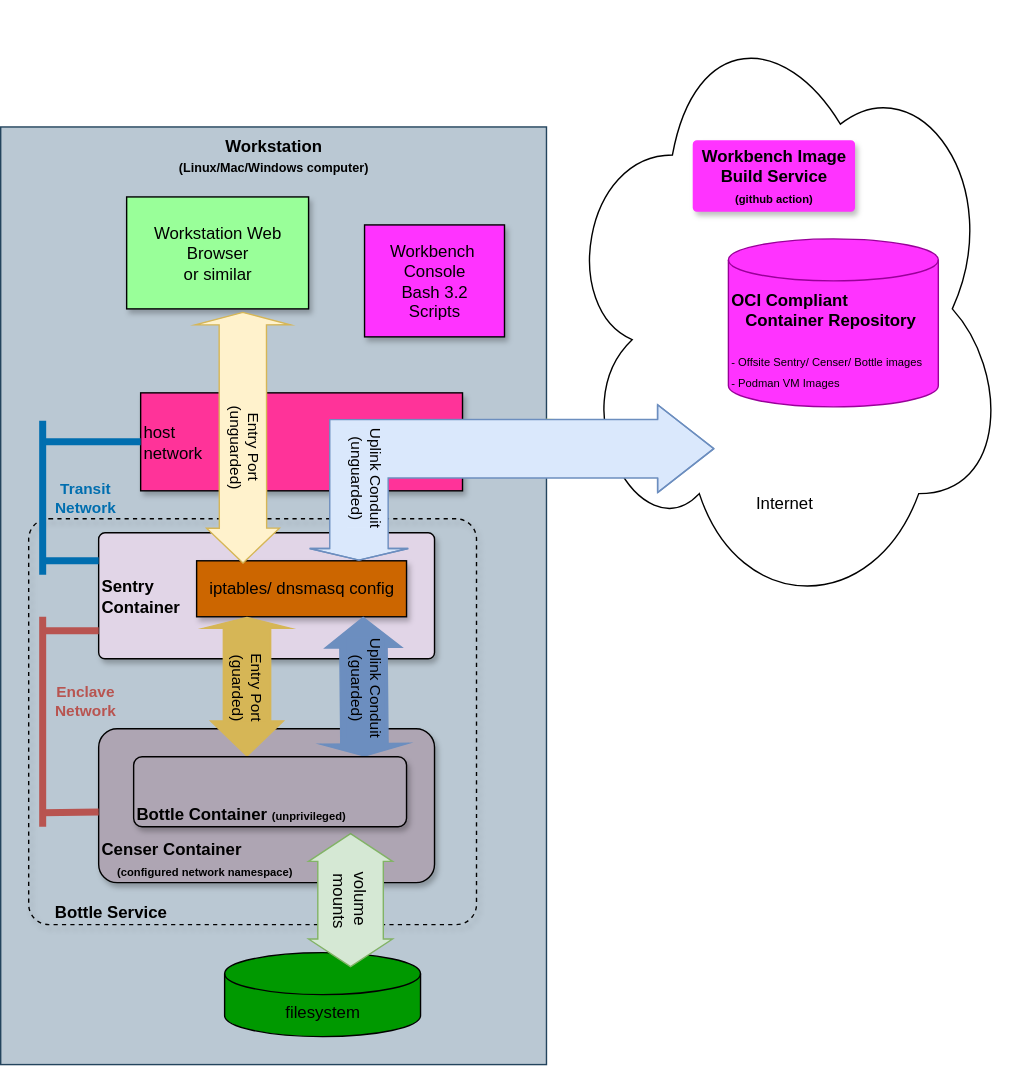
This is rbm-abstract-drawio.svg from scaleinv/recipebottle, a draw.io export, as it was before one commit. Source tidied: cells renumbered, new cells last; positions are measured from the earlier drawing's top-left corner, leaving out a move shared by most shapes.
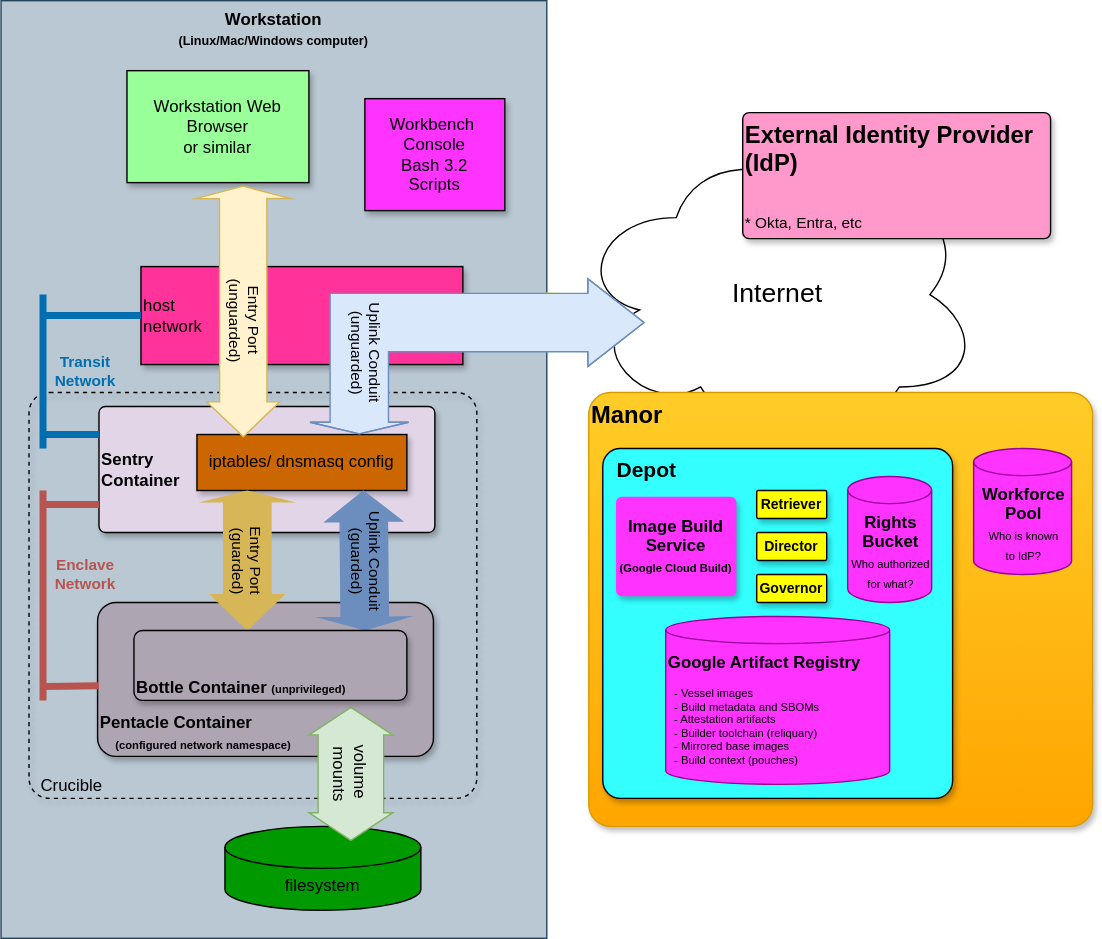
After the change.

What changed in the source:
```diff
@@ -5,14 +5,14 @@
     <mxCell id="2" value="Workstation&lt;div&gt;&lt;font style=&quot;font-size: 9px;&quot;&gt;(Linux/Mac/Windows computer)&lt;/font&gt;&lt;/div&gt;" style="whiteSpace=wrap;html=1;rounded=0;glass=0;shadow=0;arcSize=5;verticalAlign=top;fillColor=#bac8d3;strokeColor=#23445d;fontStyle=1;fontColor=#000000;" parent="1" vertex="1">
       <mxGeometry y="90" width="390" height="670" as="geometry" />
     </mxCell>
-    <mxCell id="3" value="&lt;b&gt;&amp;nbsp; &amp;nbsp; &amp;nbsp;Bottle Service&lt;/b&gt;" style="whiteSpace=wrap;html=1;rounded=1;glass=0;shadow=1;arcSize=5;fillColor=none;dashed=1;align=left;verticalAlign=bottom;fontColor=#000000;strokeColor=#000000;" parent="1" vertex="1">
+    <mxCell id="3" value="&amp;nbsp;&lt;div&gt;&amp;nbsp; Crucible&lt;/div&gt;" style="whiteSpace=wrap;html=1;rounded=1;glass=0;shadow=1;arcSize=5;fillColor=none;dashed=1;align=left;verticalAlign=bottom;fontColor=#000000;strokeColor=#000000;" parent="1" vertex="1">
       <mxGeometry x="20" y="370" width="320" height="290" as="geometry" />
     </mxCell>
     <mxCell id="4" value="Sentry&lt;div&gt;Container&lt;/div&gt;" style="whiteSpace=wrap;html=1;rounded=1;glass=0;shadow=1;arcSize=5;verticalAlign=middle;align=left;fillColor=#e1d5e7;strokeColor=#000000;fontStyle=1;fontColor=#000000;" parent="1" vertex="1">
       <mxGeometry x="70" y="380" width="240" height="90" as="geometry" />
     </mxCell>
-    <mxCell id="5" value="&lt;font style=&quot;color: rgb(0, 0, 0);&quot;&gt;Censer Container&lt;/font&gt;&lt;div&gt;&lt;font style=&quot;font-size: 8px;&quot; color=&quot;#000000&quot;&gt;&amp;nbsp; &amp;nbsp; &amp;nbsp;(configured network namespace)&lt;/font&gt;&lt;/div&gt;" style="whiteSpace=wrap;html=1;rounded=1;glass=0;shadow=1;arcSize=12;align=left;verticalAlign=bottom;fillColor=light-dark(#AEA5B3, #e1d5e7);strokeColor=#000000;fontStyle=1;fontColor=#000000;" parent="1" vertex="1">
-      <mxGeometry x="70" y="520" width="240" height="110" as="geometry" />
+    <mxCell id="5" value="&lt;font style=&quot;color: rgb(0, 0, 0);&quot;&gt;Pentacle Container&lt;/font&gt;&lt;div&gt;&lt;font style=&quot;font-size: 8px;&quot; color=&quot;#000000&quot;&gt;&amp;nbsp; &amp;nbsp; &amp;nbsp;(configured network namespace)&lt;/font&gt;&lt;/div&gt;" style="whiteSpace=wrap;html=1;rounded=1;glass=0;shadow=1;arcSize=12;align=left;verticalAlign=bottom;fillColor=light-dark(#AEA5B3, #e1d5e7);strokeColor=#000000;fontStyle=1;fontColor=#000000;" parent="1" vertex="1">
+      <mxGeometry x="69" y="520" width="240" height="110" as="geometry" />
     </mxCell>
     <mxCell id="6" value="Enclave&lt;div&gt;Network&lt;/div&gt;" style="edgeStyle=none;orthogonalLoop=1;jettySize=auto;html=1;rounded=0;endArrow=none;endFill=0;fillColor=#f8cecc;strokeColor=#b85450;strokeWidth=5;fontColor=#B85450;fontStyle=1;labelBackgroundColor=none;" parent="1" edge="1">
       <mxGeometry x="0.2" y="-30" relative="1" as="geometry">
@@ -92,25 +92,53 @@
     <mxCell id="21" value="Bottle Container&amp;nbsp;&lt;span style=&quot;font-size: 8px; background-color: transparent;&quot;&gt;(unprivileged)&lt;/span&gt;" style="whiteSpace=wrap;html=1;rounded=1;glass=0;shadow=1;arcSize=12;align=left;verticalAlign=bottom;fillColor=#AEA5B3;strokeColor=#000000;fontStyle=1;fontColor=#000000;" parent="1" vertex="1">
       <mxGeometry x="95" y="540" width="195" height="50" as="geometry" />
     </mxCell>
-    <mxCell id="22" value="&lt;div&gt;&lt;span style=&quot;background-color: transparent; color: light-dark(rgb(0, 0, 0), rgb(255, 255, 255));&quot;&gt;Internet&lt;/span&gt;&lt;/div&gt;&lt;div&gt;&lt;span style=&quot;background-color: transparent; color: light-dark(rgb(0, 0, 0), rgb(255, 255, 255));&quot;&gt;&lt;br&gt;&lt;/span&gt;&lt;/div&gt;&lt;div&gt;&lt;span style=&quot;background-color: transparent; color: light-dark(rgb(0, 0, 0), rgb(255, 255, 255));&quot;&gt;&lt;br&gt;&lt;/span&gt;&lt;/div&gt;&lt;div&gt;&lt;span style=&quot;background-color: transparent; color: light-dark(rgb(0, 0, 0), rgb(255, 255, 255));&quot;&gt;&lt;br&gt;&lt;/span&gt;&lt;/div&gt;&lt;div&gt;&lt;span style=&quot;background-color: transparent; color: light-dark(rgb(0, 0, 0), rgb(255, 255, 255));&quot;&gt;&lt;br&gt;&lt;/span&gt;&lt;/div&gt;&lt;div&gt;&lt;span style=&quot;background-color: transparent; color: light-dark(rgb(0, 0, 0), rgb(255, 255, 255));&quot;&gt;&lt;br&gt;&lt;/span&gt;&lt;/div&gt;" style="ellipse;shape=cloud;whiteSpace=wrap;html=1;verticalAlign=bottom;" parent="1" vertex="1">
-      <mxGeometry x="400" width="320" height="440" as="geometry" />
+    <mxCell id="22" value="&lt;div&gt;&lt;span style=&quot;background-color: transparent; color: light-dark(rgb(0, 0, 0), rgb(255, 255, 255));&quot;&gt;Internet&lt;/span&gt;&lt;/div&gt;" style="ellipse;shape=cloud;whiteSpace=wrap;html=1;verticalAlign=middle;fontSize=19;" parent="1" vertex="1">
+      <mxGeometry x="410" y="190" width="290" height="220" as="geometry" />
     </mxCell>
-    <mxCell id="23" value="Uplink Conduit&lt;div&gt;(unguarded)&lt;/div&gt;" style="shape=flexArrow;endArrow=classic;startArrow=classic;html=1;rounded=0;width=41.714285714285715;endSize=2.4238095238095236;startSize=13.060606060606062;endWidth=27.755102040816325;textDirection=vertical-rl;fillColor=#dae8fc;strokeColor=#6c8ebf;labelBackgroundColor=#DAE8FC;exitX=0.344;exitY=0.727;exitDx=0;exitDy=0;exitPerimeter=0;fontColor=#000000;" parent="1" edge="1" source="22">
+    <mxCell id="23" value="Uplink Conduit&lt;div&gt;(unguarded)&lt;/div&gt;" style="shape=flexArrow;endArrow=classic;startArrow=classic;html=1;rounded=0;width=41.714285714285715;endSize=2.4238095238095236;startSize=13.060606060606062;endWidth=27.755102040816325;textDirection=vertical-rl;fillColor=#dae8fc;strokeColor=#6c8ebf;labelBackgroundColor=#DAE8FC;fontColor=#000000;" parent="1" edge="1">
       <mxGeometry x="0.94" y="4" relative="1" as="geometry">
+        <mxPoint x="460" y="320" as="sourcePoint" />
         <mxPoint x="256" y="400" as="targetPoint" />
         <Array as="points">
           <mxPoint x="256" y="320" />
         </Array>
       </mxGeometry>
     </mxCell>
+    <mxCell id="25" value="Workbench&amp;nbsp;&lt;div&gt;Console&lt;/div&gt;&lt;div&gt;Bash 3.2&lt;/div&gt;&lt;div&gt;Scripts&lt;/div&gt;" style="whiteSpace=wrap;html=1;rounded=0;glass=0;shadow=1;arcSize=5;fillColor=#FF33FF;strokeColor=#000000;fontColor=#000000;" parent="1" vertex="1">
+      <mxGeometry x="260" y="160" width="100" height="80" as="geometry" />
+    </mxCell>
+    <mxCell id="27" value="Manor" style="whiteSpace=wrap;html=1;rounded=1;glass=0;shadow=1;arcSize=5;verticalAlign=top;align=left;fillColor=#ffcd28;strokeColor=#d79b00;fontStyle=1;gradientColor=#ffa500;fontColor=#000000;fontSize=17;" parent="1" vertex="1">
+      <mxGeometry x="420" y="370" width="360" height="310" as="geometry" />
+    </mxCell>
+    <mxCell id="28" value="&lt;div&gt;&lt;span style=&quot;background-color: transparent;&quot;&gt;&amp;nbsp; Depot&lt;/span&gt;&lt;/div&gt;" style="whiteSpace=wrap;html=1;rounded=1;glass=0;shadow=1;arcSize=5;verticalAlign=top;align=left;fontStyle=1;fillColor=#33FFFF;fontColor=#000000;fontSize=15;" parent="1" vertex="1">
+      <mxGeometry x="430" y="410" width="250" height="250" as="geometry" />
+    </mxCell>
-    <mxCell id="24" value="&lt;b&gt;OCI Compliant&amp;nbsp;&lt;/b&gt;&lt;div&gt;&lt;b&gt;&amp;nbsp; &amp;nbsp;Container Repository&lt;br&gt;&lt;/b&gt;&lt;br&gt;&lt;font style=&quot;font-size: 8px;&quot;&gt;- Offsite Sentry/ Censer/ Bottle images&lt;/font&gt;&lt;div&gt;&lt;font style=&quot;font-size: 8px;&quot;&gt;- Podman VM Images&lt;/font&gt;&lt;/div&gt;&lt;/div&gt;" style="shape=cylinder3;whiteSpace=wrap;html=1;boundedLbl=1;backgroundOutline=1;size=15;fillColor=light-dark(#FF33FF, #e1d5e7);fontColor=#000000;strokeColor=#990099;verticalAlign=top;align=left;" parent="1" vertex="1">
-      <mxGeometry x="520" y="170" width="150" height="120" as="geometry" />
+    <mxCell id="24" value="&lt;font style=&quot;color: rgb(0, 0, 0);&quot;&gt;&lt;b&gt;Google Artifact&amp;nbsp;&lt;/b&gt;&lt;b style=&quot;background-color: transparent;&quot;&gt;Registry&lt;/b&gt;&lt;/font&gt;&lt;div style=&quot;line-height: 80%;&quot;&gt;&lt;br&gt;&lt;div&gt;&lt;span style=&quot;font-size: 8px; line-height: 80%;&quot;&gt;&amp;nbsp; - Vessel images&lt;/span&gt;&lt;/div&gt;&lt;div&gt;&lt;span style=&quot;font-size: 8px; line-height: 80%;&quot;&gt;&amp;nbsp; - Build metadata and SBOMs&lt;/span&gt;&lt;/div&gt;&lt;div&gt;&lt;span style=&quot;font-size: 8px; line-height: 80%;&quot;&gt;&amp;nbsp; - Attestation artifacts&lt;/span&gt;&lt;/div&gt;&lt;div&gt;&lt;span style=&quot;font-size: 8px; line-height: 80%;&quot;&gt;&amp;nbsp; - Builder toolchain (reliquary)&lt;/span&gt;&lt;/div&gt;&lt;div&gt;&lt;span style=&quot;font-size: 8px; line-height: 80%;&quot;&gt;&amp;nbsp; - Mirrored base images&lt;/span&gt;&lt;/div&gt;&lt;div&gt;&lt;span style=&quot;font-size: 8px; line-height: 80%;&quot;&gt;&amp;nbsp; - Build context (pouches)&lt;/span&gt;&lt;/div&gt;&lt;/div&gt;" style="shape=cylinder3;whiteSpace=wrap;html=1;boundedLbl=1;backgroundOutline=1;size=9.705882352941245;fillColor=light-dark(#FF33FF, #e1d5e7);fontColor=#000000;strokeColor=#990099;verticalAlign=top;align=left;" parent="1" vertex="1">
+      <mxGeometry x="475" y="530" width="160" height="120" as="geometry" />
     </mxCell>
-    <mxCell id="25" value="Workbench&amp;nbsp;&lt;div&gt;Console&lt;/div&gt;&lt;div&gt;Bash 3.2&lt;/div&gt;&lt;div&gt;Scripts&lt;/div&gt;" style="whiteSpace=wrap;html=1;rounded=0;glass=0;shadow=1;arcSize=5;fillColor=#FF33FF;strokeColor=#000000;fontColor=#000000;" parent="1" vertex="1">
-      <mxGeometry x="260" y="160" width="100" height="80" as="geometry" />
-    </mxCell>
-    <mxCell id="26" value="Workbench&amp;nbsp;&lt;span style=&quot;background-color: transparent;&quot;&gt;Image Build Service&lt;/span&gt;&lt;div&gt;&lt;span style=&quot;background-color: transparent;&quot;&gt;&lt;font style=&quot;font-size: 8px;&quot;&gt;(github action)&lt;/font&gt;&lt;/span&gt;&lt;/div&gt;" style="whiteSpace=wrap;html=1;rounded=1;glass=0;shadow=1;arcSize=5;verticalAlign=middle;align=center;fillColor=#FF33FF;strokeColor=#FF33FF;fontStyle=1;fontColor=#000000;" parent="1" vertex="1">
-      <mxGeometry x="495" y="100" width="115" height="50" as="geometry" />
+    <mxCell id="26" value="&lt;span style=&quot;background-color: transparent;&quot;&gt;Image Build Service&lt;/span&gt;&lt;div&gt;&lt;span style=&quot;font-size: 8px;&quot;&gt;(Google Cloud Build)&lt;/span&gt;&lt;/div&gt;" style="whiteSpace=wrap;html=1;rounded=1;glass=0;shadow=1;arcSize=5;verticalAlign=middle;align=center;fillColor=#FF33FF;strokeColor=#FF33FF;fontStyle=1;fontColor=#000000;" parent="1" vertex="1">
+      <mxGeometry x="440" y="445" width="85" height="70" as="geometry" />
     </mxCell>
+    <mxCell id="29" value="&lt;div style=&quot;text-align: center;&quot;&gt;&lt;b style=&quot;color: rgb(0, 0, 0); background-color: transparent;&quot;&gt;Workforce Pool&lt;/b&gt;&lt;/div&gt;&lt;div style=&quot;text-align: center;&quot;&gt;&lt;span style=&quot;font-size: 8px; background-color: transparent;&quot;&gt;&lt;font style=&quot;color: rgb(0, 0, 0); line-height: 40%;&quot;&gt;Who is known&lt;br&gt;to IdP?&lt;/font&gt;&lt;/span&gt;&lt;/div&gt;" style="shape=cylinder3;whiteSpace=wrap;html=1;boundedLbl=1;backgroundOutline=1;size=9.705882352941245;fillColor=light-dark(#FF33FF, #e1d5e7);fontColor=#000000;strokeColor=#990099;verticalAlign=top;align=left;" parent="1" vertex="1">
+      <mxGeometry x="695" y="410" width="70" height="90" as="geometry" />
+    </mxCell>
+    <mxCell id="30" value="&lt;div style=&quot;text-align: center;&quot;&gt;&lt;b style=&quot;color: rgb(0, 0, 0); background-color: transparent;&quot;&gt;Rights Bucket&lt;/b&gt;&lt;/div&gt;&lt;div style=&quot;text-align: center;&quot;&gt;&lt;span style=&quot;font-size: 8px; background-color: transparent;&quot;&gt;&lt;font style=&quot;color: rgb(0, 0, 0); line-height: 3.2px;&quot;&gt;Who authorized for what?&lt;/font&gt;&lt;/span&gt;&lt;/div&gt;" style="shape=cylinder3;whiteSpace=wrap;html=1;boundedLbl=1;backgroundOutline=1;size=9.705882352941245;fillColor=light-dark(#FF33FF, #e1d5e7);fontColor=#000000;strokeColor=#990099;verticalAlign=top;align=left;" parent="1" vertex="1">
+      <mxGeometry x="605" y="430" width="60" height="90" as="geometry" />
+    </mxCell>
+    <mxCell id="31" style="group;" parent="1" vertex="1">
+      <mxGeometry x="540" y="440" width="50" height="80" as="geometry" />
+    </mxCell>
+    <mxCell id="32" value="Retriever" style="whiteSpace=wrap;html=1;rounded=1;glass=0;shadow=1;arcSize=5;verticalAlign=middle;align=center;fillColor=#FFFF00;strokeColor=#000000;fontStyle=1;fontColor=#000000;fontSize=10;" parent="31" vertex="1">
+      <mxGeometry width="50" height="20" as="geometry" />
+    </mxCell>
+    <mxCell id="33" value="Director" style="whiteSpace=wrap;html=1;rounded=1;glass=0;shadow=1;arcSize=5;verticalAlign=middle;align=center;fillColor=#FFFF00;strokeColor=#000000;fontStyle=1;fontColor=#000000;fontSize=10;" parent="31" vertex="1">
+      <mxGeometry y="30" width="50" height="20" as="geometry" />
+    </mxCell>
+    <mxCell id="34" value="Governor" style="whiteSpace=wrap;html=1;rounded=1;glass=0;shadow=1;arcSize=5;verticalAlign=middle;align=center;fillColor=#FFFF00;strokeColor=#000000;fontStyle=1;fontColor=#000000;fontSize=10;" parent="31" vertex="1">
+      <mxGeometry y="60" width="50" height="20" as="geometry" />
+    </mxCell>
+    <mxCell id="35" value="External Identity Provider (IdP)&lt;div&gt;&lt;br&gt;&lt;/div&gt;&lt;div&gt;&lt;font style=&quot;font-size: 11px; font-weight: normal;&quot;&gt;* Okta, Entra, etc&lt;/font&gt;&lt;/div&gt;" style="whiteSpace=wrap;html=1;rounded=1;glass=0;shadow=1;arcSize=5;verticalAlign=top;align=left;fontStyle=1;fontSize=17;fillColor=#FF99CC;fontColor=#000000;" parent="1" vertex="1">
+      <mxGeometry x="530" y="170" width="220" height="90" as="geometry" />
+    </mxCell>
   </root>
 </mxGraphModel>
```
